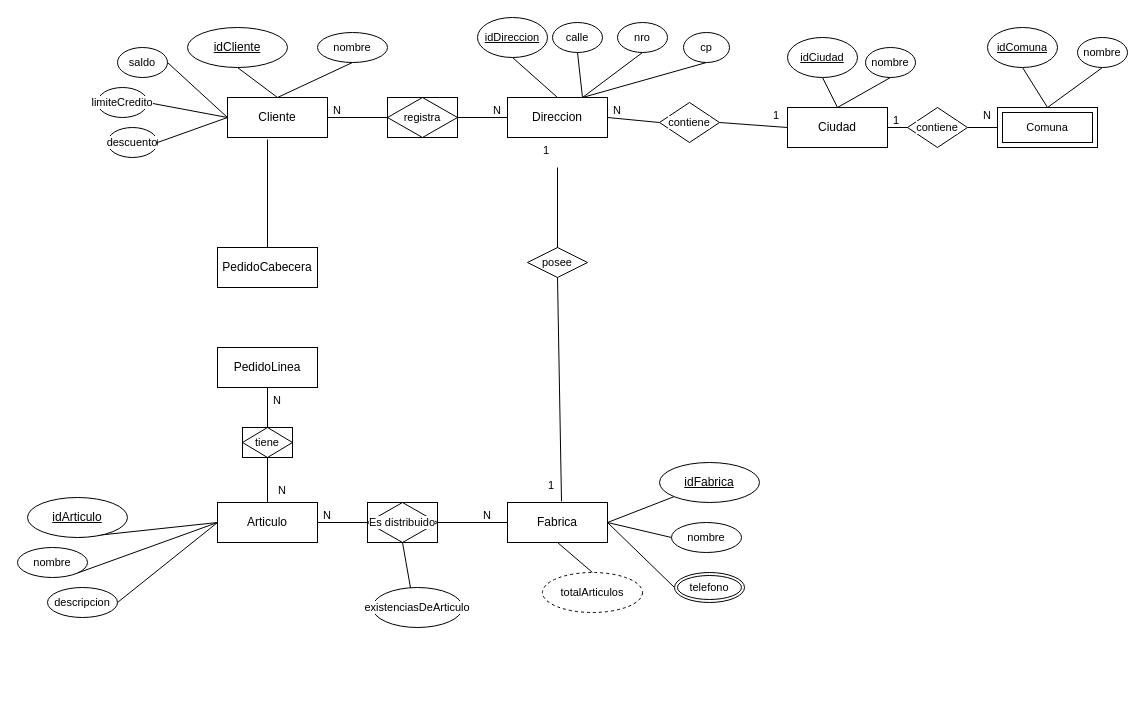
Earlier version of the draw.io diagram ej9.drawio (Donnie-MS/DiagramasUML-BaseDeDatos-Objetos2). Source tidied: cells renumbered, new cells numbered last; positions are measured from the earlier drawing's top-left corner, leaving out a move shared by most shapes. Both pictures are drawn from the tidied source at 100%, with x=0, y=0 at pixel (17, 17).
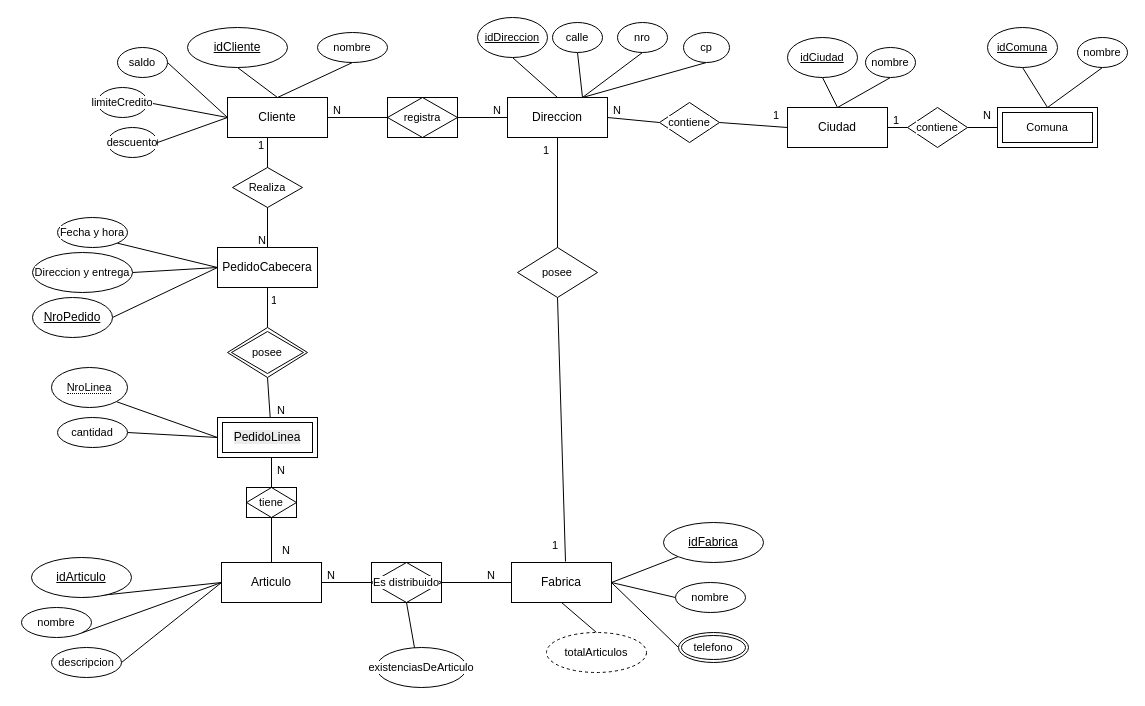
The same diagram, later.

The change refers to these unchanged cells:
```xml
<mxCell id="3" value="Cliente" style="whiteSpace=wrap;html=1;align=center;" parent="1" vertex="1">
  <mxGeometry x="210" y="80" width="100" height="40" as="geometry" />
</mxCell>
<mxCell id="10" value="Direccion" style="whiteSpace=wrap;html=1;align=center;" parent="1" vertex="1">
  <mxGeometry x="490" y="80" width="100" height="40" as="geometry" />
</mxCell>
<mxCell id="81" value="PedidoCabecera" style="whiteSpace=wrap;html=1;align=center;" parent="1" vertex="1">
  <mxGeometry x="200" y="230" width="100" height="40" as="geometry" />
</mxCell>
<mxCell id="85" value="1" style="text;strokeColor=none;fillColor=none;spacingLeft=4;spacingRight=4;overflow=hidden;points=[[0,0.5],[1,0.5]];portConstraint=eastwest;fontSize=11;whiteSpace=wrap;html=1;fontFamily=Helvetica;fontColor=default;labelBackgroundColor=default;" parent="1" vertex="1">
  <mxGeometry x="520" y="120" width="40" height="30" as="geometry" />
</mxCell>
```

Change to the diagram source:
```diff
@@
     <mxCell id="29" value="Articulo" style="whiteSpace=wrap;html=1;align=center;" parent="1" vertex="1">
-      <mxGeometry x="200" y="485" width="100" height="40" as="geometry" />
+      <mxGeometry x="204" y="545" width="100" height="40" as="geometry" />
     </mxCell>
@@
     <mxCell id="32" value="Fabrica" style="whiteSpace=wrap;html=1;align=center;" parent="1" vertex="1">
-      <mxGeometry x="490" y="485" width="100" height="40" as="geometry" />
+      <mxGeometry x="494" y="545" width="100" height="40" as="geometry" />
     </mxCell>
@@
     <mxCell id="34" value="Es distribuido" style="shape=associativeEntity;whiteSpace=wrap;html=1;align=center;fontFamily=Helvetica;fontSize=11;fontColor=default;labelBackgroundColor=default;" parent="1" vertex="1">
-      <mxGeometry x="350" y="485" width="70" height="40" as="geometry" />
+      <mxGeometry x="354" y="545" width="70" height="40" as="geometry" />
     </mxCell>
     <mxCell id="35" value="N" style="text;strokeColor=none;fillColor=none;spacingLeft=4;spacingRight=4;overflow=hidden;fontSize=11;whiteSpace=wrap;html=1;fontFamily=Helvetica;fontColor=default;labelBackgroundColor=default;" parent="1" vertex="1">
-      <mxGeometry x="460" y="485" width="20" height="30" as="geometry" />
+      <mxGeometry x="464" y="545" width="20" height="30" as="geometry" />
     </mxCell>
     <mxCell id="36" value="N" style="text;strokeColor=none;fillColor=none;spacingLeft=4;spacingRight=4;overflow=hidden;fontSize=11;whiteSpace=wrap;html=1;fontFamily=Helvetica;fontColor=default;labelBackgroundColor=default;" parent="1" vertex="1">
-      <mxGeometry x="300" y="485" width="20" height="30" as="geometry" />
+      <mxGeometry x="304" y="545" width="20" height="30" as="geometry" />
     </mxCell>
@@
     <mxCell id="38" value="existenciasDeArticulo" style="ellipse;whiteSpace=wrap;html=1;align=center;fontFamily=Helvetica;fontSize=11;fontColor=default;labelBackgroundColor=default;" parent="1" vertex="1">
-      <mxGeometry x="355" y="570" width="90" height="40" as="geometry" />
+      <mxGeometry x="359" y="630" width="90" height="40" as="geometry" />
     </mxCell>
@@
     <mxCell id="40" value="idArticulo" style="ellipse;whiteSpace=wrap;html=1;align=center;fontStyle=4;" parent="1" vertex="1">
-      <mxGeometry x="10" y="480" width="100" height="40" as="geometry" />
+      <mxGeometry x="14" y="540" width="100" height="40" as="geometry" />
     </mxCell>
@@
     <mxCell id="42" value="idFabrica" style="ellipse;whiteSpace=wrap;html=1;align=center;fontStyle=4;" parent="1" vertex="1">
-      <mxGeometry x="642" y="445" width="100" height="40" as="geometry" />
+      <mxGeometry x="646" y="505" width="100" height="40" as="geometry" />
     </mxCell>
@@
     <mxCell id="45" value="nombre" style="ellipse;whiteSpace=wrap;html=1;align=center;fontFamily=Helvetica;fontSize=11;fontColor=default;labelBackgroundColor=default;" parent="1" vertex="1">
-      <mxGeometry y="530" width="70" height="30" as="geometry" />
+      <mxGeometry x="4" y="590" width="70" height="30" as="geometry" />
     </mxCell>
     <mxCell id="46" style="edgeStyle=none;shape=connector;rounded=0;jettySize=auto;html=1;exitX=1;exitY=0.5;exitDx=0;exitDy=0;strokeColor=default;align=center;verticalAlign=middle;fontFamily=Helvetica;fontSize=11;fontColor=default;labelBackgroundColor=default;endArrow=none;" parent="1" edge="1" source="47">
       <mxGeometry relative="1" as="geometry">
-        <mxPoint x="200" y="505" as="targetPoint" />
+        <mxPoint x="204" y="565" as="targetPoint" />
       </mxGeometry>
     </mxCell>
     <mxCell id="47" value="descripcion" style="ellipse;whiteSpace=wrap;html=1;align=center;fontFamily=Helvetica;fontSize=11;fontColor=default;labelBackgroundColor=default;" parent="1" vertex="1">
-      <mxGeometry x="30" y="570" width="70" height="30" as="geometry" />
+      <mxGeometry x="34" y="630" width="70" height="30" as="geometry" />
     </mxCell>
     <mxCell id="48" value="nombre" style="ellipse;whiteSpace=wrap;html=1;align=center;fontFamily=Helvetica;fontSize=11;fontColor=default;labelBackgroundColor=default;" parent="1" vertex="1">
-      <mxGeometry x="654" y="505" width="70" height="30" as="geometry" />
+      <mxGeometry x="658" y="565" width="70" height="30" as="geometry" />
     </mxCell>
     <mxCell id="49" style="edgeStyle=none;shape=connector;rounded=0;jettySize=auto;html=1;exitX=0;exitY=0.5;exitDx=0;exitDy=0;strokeColor=default;align=center;verticalAlign=middle;fontFamily=Helvetica;fontSize=11;fontColor=default;labelBackgroundColor=default;endArrow=none;" parent="1" edge="1" source="50">
       <mxGeometry relative="1" as="geometry">
-        <mxPoint x="590" y="505" as="targetPoint" />
+        <mxPoint x="594" y="565" as="targetPoint" />
       </mxGeometry>
     </mxCell>
     <mxCell id="50" value="telefono" style="ellipse;shape=doubleEllipse;margin=3;whiteSpace=wrap;html=1;align=center;fontFamily=Helvetica;fontSize=11;fontColor=default;labelBackgroundColor=default;" parent="1" vertex="1">
-      <mxGeometry x="657" y="555" width="70" height="30" as="geometry" />
+      <mxGeometry x="661" y="615" width="70" height="30" as="geometry" />
     </mxCell>
@@
     <mxCell id="52" value="posee" style="shape=rhombus;perimeter=rhombusPerimeter;whiteSpace=wrap;html=1;align=center;fontFamily=Helvetica;fontSize=11;fontColor=default;labelBackgroundColor=default;" parent="1" vertex="1">
-      <mxGeometry x="510" y="230" width="60" height="30" as="geometry" />
+      <mxGeometry x="500" y="230" width="80" height="50" as="geometry" />
     </mxCell>
     <mxCell id="53" style="edgeStyle=none;shape=connector;rounded=0;jettySize=auto;html=1;exitX=0.5;exitY=0;exitDx=0;exitDy=0;entryX=0.5;entryY=1;entryDx=0;entryDy=0;strokeColor=default;align=center;verticalAlign=middle;fontFamily=Helvetica;fontSize=11;fontColor=default;labelBackgroundColor=default;endArrow=none;" parent="1" edge="1" target="32">
       <mxGeometry relative="1" as="geometry">
-        <mxPoint x="575" y="555" as="sourcePoint" />
+        <mxPoint x="579" y="615" as="sourcePoint" />
       </mxGeometry>
     </mxCell>
@@
-    <mxCell id="75" value="PedidoLinea" style="whiteSpace=wrap;html=1;align=center;" parent="1" vertex="1">
-      <mxGeometry x="200" y="330" width="100" height="40" as="geometry" />
-    </mxCell>
@@
     <mxCell id="77" value="1" style="text;strokeColor=none;fillColor=none;spacingLeft=4;spacingRight=4;overflow=hidden;points=[[0,0.5],[1,0.5]];portConstraint=eastwest;fontSize=11;whiteSpace=wrap;html=1;fontFamily=Helvetica;fontColor=default;labelBackgroundColor=default;" parent="1" vertex="1">
-      <mxGeometry x="525" y="455" width="40" height="30" as="geometry" />
+      <mxGeometry x="529" y="515" width="40" height="30" as="geometry" />
     </mxCell>
     <mxCell id="78" value="N" style="text;strokeColor=none;fillColor=none;spacingLeft=4;spacingRight=4;overflow=hidden;fontSize=11;whiteSpace=wrap;html=1;fontFamily=Helvetica;fontColor=default;labelBackgroundColor=default;" parent="1" vertex="1">
-      <mxGeometry x="255" y="460" width="20" height="30" as="geometry" />
+      <mxGeometry x="259" y="520" width="20" height="30" as="geometry" />
     </mxCell>
     <mxCell id="79" value="N" style="text;strokeColor=none;fillColor=none;spacingLeft=4;spacingRight=4;overflow=hidden;fontSize=11;whiteSpace=wrap;html=1;fontFamily=Helvetica;fontColor=default;labelBackgroundColor=default;" parent="1" vertex="1">
-      <mxGeometry x="250" y="370" width="20" height="30" as="geometry" />
+      <mxGeometry x="254" y="440" width="20" height="30" as="geometry" />
     </mxCell>
     <mxCell id="80" value="totalArticulos" style="ellipse;whiteSpace=wrap;html=1;align=center;dashed=1;fontFamily=Helvetica;fontSize=11;fontColor=default;labelBackgroundColor=default;" parent="1" vertex="1">
-      <mxGeometry x="525" y="555" width="100" height="40" as="geometry" />
+      <mxGeometry x="529" y="615" width="100" height="40" as="geometry" />
     </mxCell>
+    <mxCell id="87" style="edgeStyle=none;shape=connector;rounded=0;jettySize=auto;html=1;exitX=0.5;exitY=1;exitDx=0;exitDy=0;strokeColor=default;align=center;verticalAlign=middle;fontFamily=Helvetica;fontSize=11;fontColor=default;labelBackgroundColor=default;endArrow=none;" parent="1" edge="1" source="100">
+      <mxGeometry relative="1" as="geometry">
+        <mxPoint x="252.7" y="400" as="targetPoint" />
+      </mxGeometry>
+    </mxCell>
@@
-    <mxCell id="82" style="edgeStyle=none;shape=connector;rounded=0;jettySize=auto;html=1;exitX=0.5;exitY=1;exitDx=0;exitDy=0;entryX=0.5;entryY=0;entryDx=0;entryDy=0;strokeColor=default;align=center;verticalAlign=middle;fontFamily=Helvetica;fontSize=11;fontColor=default;labelBackgroundColor=default;endArrow=none;" parent="1" edge="1" source="75" target="83">
-      <mxGeometry relative="1" as="geometry" />
+    <mxCell id="82" style="edgeStyle=none;shape=connector;rounded=0;jettySize=auto;html=1;exitX=0.5;exitY=1;exitDx=0;exitDy=0;entryX=0.5;entryY=0;entryDx=0;entryDy=0;strokeColor=default;align=center;verticalAlign=middle;fontFamily=Helvetica;fontSize=11;fontColor=default;labelBackgroundColor=default;endArrow=none;" parent="1" edge="1" target="83">
+      <mxGeometry relative="1" as="geometry">
+        <mxPoint x="254" y="440" as="sourcePoint" />
+      </mxGeometry>
     </mxCell>
     <mxCell id="83" value="tiene" style="shape=associativeEntity;whiteSpace=wrap;html=1;align=center;fontFamily=Helvetica;fontSize=11;fontColor=default;labelBackgroundColor=default;" parent="1" vertex="1">
-      <mxGeometry x="225" y="410" width="50" height="30" as="geometry" />
+      <mxGeometry x="229" y="470" width="50" height="30" as="geometry" />
     </mxCell>
-    <mxCell id="84" style="edgeStyle=none;shape=connector;rounded=0;jettySize=auto;html=1;exitX=0.5;exitY=0;exitDx=0;exitDy=0;entryX=0.5;entryY=1;entryDx=0;entryDy=0;strokeColor=default;align=center;verticalAlign=middle;fontFamily=Helvetica;fontSize=11;fontColor=default;labelBackgroundColor=default;endArrow=none;" parent="1" edge="1" source="52" target="85">
+    <mxCell id="84" style="edgeStyle=none;shape=connector;rounded=0;jettySize=auto;html=1;exitX=0.5;exitY=0;exitDx=0;exitDy=0;entryX=0.5;entryY=1;entryDx=0;entryDy=0;strokeColor=default;align=center;verticalAlign=middle;fontFamily=Helvetica;fontSize=11;fontColor=default;labelBackgroundColor=default;endArrow=none;" parent="1" edge="1" source="52" target="10">
       <mxGeometry relative="1" as="geometry" />
     </mxCell>
@@
-    <mxCell id="86" style="edgeStyle=none;shape=connector;rounded=0;jettySize=auto;html=1;exitX=0.5;exitY=0;exitDx=0;exitDy=0;entryX=0.4;entryY=1.05;entryDx=0;entryDy=0;entryPerimeter=0;strokeColor=default;align=center;verticalAlign=middle;fontFamily=Helvetica;fontSize=11;fontColor=default;labelBackgroundColor=default;endArrow=none;" parent="1" edge="1" source="81" target="3">
-      <mxGeometry relative="1" as="geometry" />
+    <mxCell id="86" style="edgeStyle=none;shape=connector;rounded=0;jettySize=auto;html=1;exitX=0.5;exitY=0;exitDx=0;exitDy=0;strokeColor=default;align=center;verticalAlign=middle;fontFamily=Helvetica;fontSize=11;fontColor=default;labelBackgroundColor=default;endArrow=none;" parent="1" edge="1" source="81">
+      <mxGeometry relative="1" as="geometry">
+        <mxPoint x="250" y="120" as="targetPoint" />
+      </mxGeometry>
     </mxCell>
+    <mxCell id="88" value="Realiza" style="shape=rhombus;perimeter=rhombusPerimeter;whiteSpace=wrap;html=1;align=center;fontFamily=Helvetica;fontSize=11;fontColor=default;labelBackgroundColor=default;" parent="1" vertex="1">
+      <mxGeometry x="215" y="150" width="70" height="40" as="geometry" />
+    </mxCell>
+    <mxCell id="89" value="1" style="text;strokeColor=none;fillColor=none;spacingLeft=4;spacingRight=4;overflow=hidden;fontSize=11;whiteSpace=wrap;html=1;fontFamily=Helvetica;fontColor=default;labelBackgroundColor=default;" parent="1" vertex="1">
+      <mxGeometry x="235" y="115" width="40" height="30" as="geometry" />
+    </mxCell>
+    <mxCell id="90" value="N" style="text;strokeColor=none;fillColor=none;spacingLeft=4;spacingRight=4;overflow=hidden;fontSize=11;whiteSpace=wrap;html=1;fontFamily=Helvetica;fontColor=default;labelBackgroundColor=default;" parent="1" vertex="1">
+      <mxGeometry x="235" y="210" width="20" height="30" as="geometry" />
+    </mxCell>
+    <mxCell id="91" style="edgeStyle=none;shape=connector;rounded=0;jettySize=auto;html=1;exitX=1;exitY=1;exitDx=0;exitDy=0;entryX=0;entryY=0.5;entryDx=0;entryDy=0;strokeColor=default;align=center;verticalAlign=middle;fontFamily=Helvetica;fontSize=11;fontColor=default;labelBackgroundColor=default;endArrow=none;" parent="1" edge="1" source="92" target="81">
+      <mxGeometry relative="1" as="geometry" />
+    </mxCell>
+    <mxCell id="92" value="Fecha y hora" style="ellipse;whiteSpace=wrap;html=1;align=center;fontFamily=Helvetica;fontSize=11;fontColor=default;labelBackgroundColor=default;" parent="1" vertex="1">
+      <mxGeometry x="40" y="200" width="70" height="30" as="geometry" />
+    </mxCell>
+    <mxCell id="93" style="edgeStyle=none;shape=connector;rounded=0;jettySize=auto;html=1;exitX=1;exitY=0.5;exitDx=0;exitDy=0;strokeColor=default;align=center;verticalAlign=middle;fontFamily=Helvetica;fontSize=11;fontColor=default;labelBackgroundColor=default;endArrow=none;" parent="1" edge="1" source="94">
+      <mxGeometry relative="1" as="geometry">
+        <mxPoint x="200" y="250" as="targetPoint" />
+      </mxGeometry>
+    </mxCell>
+    <mxCell id="94" value="Direccion y entrega" style="ellipse;whiteSpace=wrap;html=1;align=center;fontFamily=Helvetica;fontSize=11;fontColor=default;labelBackgroundColor=default;" parent="1" vertex="1">
+      <mxGeometry x="15" y="235" width="100" height="40" as="geometry" />
+    </mxCell>
+    <mxCell id="95" style="edgeStyle=none;shape=connector;rounded=0;jettySize=auto;html=1;exitX=1;exitY=0.5;exitDx=0;exitDy=0;strokeColor=default;align=center;verticalAlign=middle;fontFamily=Helvetica;fontSize=11;fontColor=default;labelBackgroundColor=default;endArrow=none;" parent="1" edge="1" source="96">
+      <mxGeometry relative="1" as="geometry">
+        <mxPoint x="200" y="250" as="targetPoint" />
+      </mxGeometry>
+    </mxCell>
+    <mxCell id="96" value="NroPedido" style="ellipse;whiteSpace=wrap;html=1;align=center;fontStyle=4;" parent="1" vertex="1">
+      <mxGeometry x="15" y="280" width="80" height="40" as="geometry" />
+    </mxCell>
+    <mxCell id="97" value="1" style="text;strokeColor=none;fillColor=none;spacingLeft=4;spacingRight=4;overflow=hidden;fontSize=11;whiteSpace=wrap;html=1;fontFamily=Helvetica;fontColor=default;labelBackgroundColor=default;" parent="1" vertex="1">
+      <mxGeometry x="247.5" y="270" width="15" height="30" as="geometry" />
+    </mxCell>
+    <mxCell id="98" value="N" style="text;strokeColor=none;fillColor=none;spacingLeft=4;spacingRight=4;overflow=hidden;fontSize=11;whiteSpace=wrap;html=1;fontFamily=Helvetica;fontColor=default;labelBackgroundColor=default;" parent="1" vertex="1">
+      <mxGeometry x="254" y="380" width="20" height="30" as="geometry" />
+    </mxCell>
+    <mxCell id="99" style="edgeStyle=none;shape=connector;rounded=0;jettySize=auto;html=1;exitX=0.5;exitY=1;exitDx=0;exitDy=0;strokeColor=default;align=center;verticalAlign=middle;fontFamily=Helvetica;fontSize=11;fontColor=default;labelBackgroundColor=default;endArrow=none;" parent="1" edge="1" source="81" target="100">
+      <mxGeometry relative="1" as="geometry" />
+    </mxCell>
+    <mxCell id="100" value="posee" style="shape=rhombus;double=1;perimeter=rhombusPerimeter;whiteSpace=wrap;html=1;align=center;fontFamily=Helvetica;fontSize=11;fontColor=default;labelBackgroundColor=default;" parent="1" vertex="1">
+      <mxGeometry x="210" y="310" width="80" height="50" as="geometry" />
+    </mxCell>
+    <mxCell id="75" value="&lt;span style=&quot;font-size: 12px; background-color: rgb(236, 236, 236);&quot;&gt;PedidoLinea&lt;/span&gt;" style="shape=ext;margin=3;double=1;whiteSpace=wrap;html=1;align=center;fontFamily=Helvetica;fontSize=11;fontColor=default;labelBackgroundColor=default;" parent="1" vertex="1">
+      <mxGeometry x="200" y="400" width="100" height="40" as="geometry" />
+    </mxCell>
+    <mxCell id="101" style="edgeStyle=none;shape=connector;rounded=0;jettySize=auto;html=1;exitX=1;exitY=1;exitDx=0;exitDy=0;entryX=0;entryY=0.5;entryDx=0;entryDy=0;strokeColor=default;align=center;verticalAlign=middle;fontFamily=Helvetica;fontSize=11;fontColor=default;labelBackgroundColor=default;endArrow=none;" parent="1" edge="1" source="102" target="75">
+      <mxGeometry relative="1" as="geometry" />
+    </mxCell>
+    <mxCell id="102" value="&lt;span style=&quot;border-bottom: 1px dotted&quot;&gt;NroLinea&lt;/span&gt;" style="ellipse;whiteSpace=wrap;html=1;align=center;fontFamily=Helvetica;fontSize=11;fontColor=default;labelBackgroundColor=default;" parent="1" vertex="1">
+      <mxGeometry x="34" y="350" width="76" height="40" as="geometry" />
+    </mxCell>
+    <mxCell id="103" style="edgeStyle=none;shape=connector;rounded=0;jettySize=auto;html=1;exitX=1;exitY=0.5;exitDx=0;exitDy=0;strokeColor=default;align=center;verticalAlign=middle;fontFamily=Helvetica;fontSize=11;fontColor=default;labelBackgroundColor=default;endArrow=none;" parent="1" edge="1" source="104">
+      <mxGeometry relative="1" as="geometry">
+        <mxPoint x="200" y="420" as="targetPoint" />
+      </mxGeometry>
+    </mxCell>
+    <mxCell id="104" value="cantidad" style="ellipse;whiteSpace=wrap;html=1;align=center;fontFamily=Helvetica;fontSize=11;fontColor=default;labelBackgroundColor=default;" parent="1" vertex="1">
+      <mxGeometry x="40" y="400" width="70" height="30" as="geometry" />
+    </mxCell>
```
